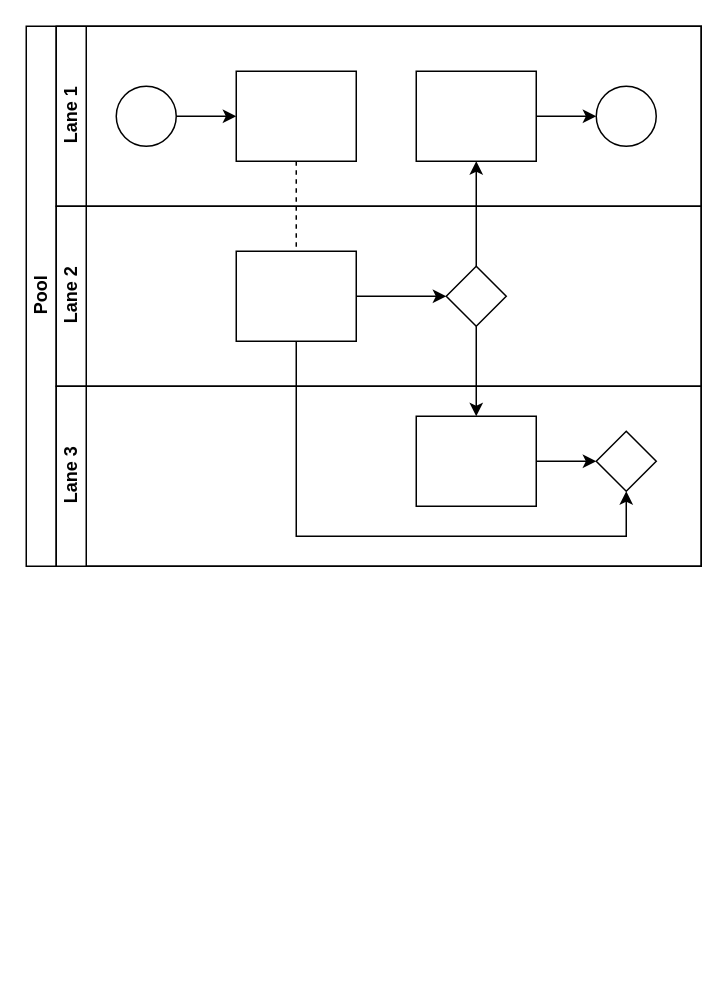
This is Untitled Diagram.drawio from SuunZhu/abc, a draw.io file, before an edit. Source tidied: cells renumbered, new cells numbered last; positions are measured from the earlier drawing's top-left corner, leaving out a move shared by most shapes. Both pictures are drawn from the tidied source at 150%, with x=0, y=0 at pixel (26, 26).
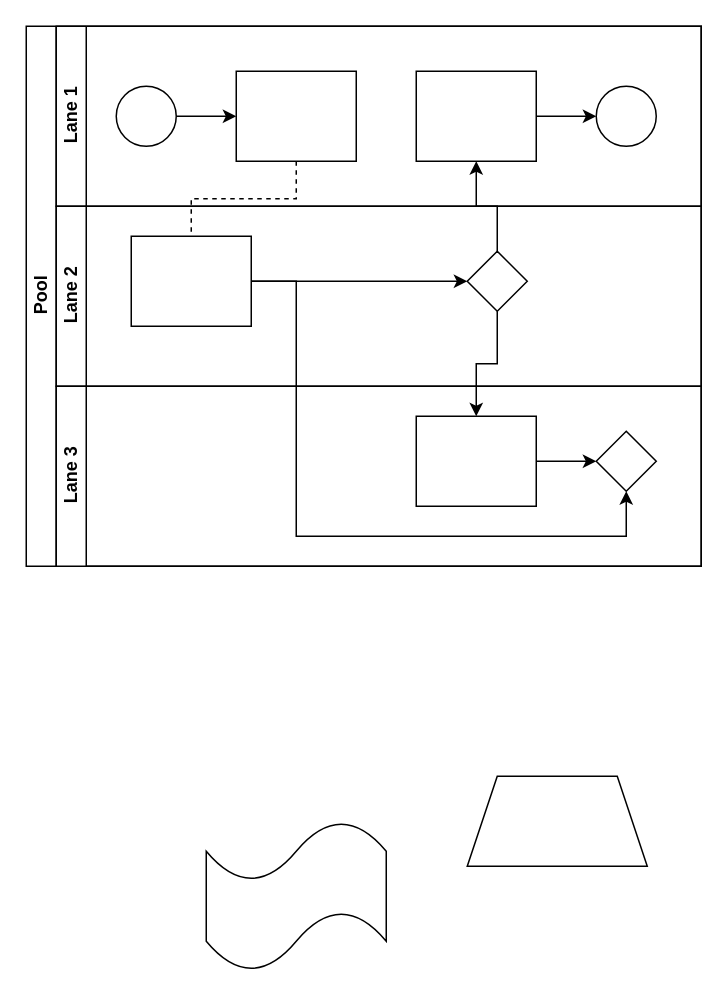
The same page after the edit.

The change refers to these unchanged cells:
```xml
<mxCell id="14" value="Lane 2" style="swimlane;html=1;startSize=20;horizontal=0;" parent="2" vertex="1">
  <mxGeometry x="20" y="120" width="430" height="120" as="geometry" />
</mxCell>
```

What changed in the source:
```diff
@@
     <mxCell id="16" style="rounded=0;whiteSpace=wrap;html=1;fontFamily=Helvetica;fontSize=12;fontColor=#000000;align=center;" parent="14" vertex="1">
-      <mxGeometry x="120" y="30" width="80" height="60" as="geometry" />
+      <mxGeometry x="50" y="20" width="80" height="60" as="geometry" />
     </mxCell>
     <mxCell id="17" style="rhombus;whiteSpace=wrap;html=1;fontFamily=Helvetica;fontSize=12;fontColor=#000000;align=center;" parent="14" vertex="1">
-      <mxGeometry x="260" y="40" width="40" height="40" as="geometry" />
+      <mxGeometry x="274" y="30" width="40" height="40" as="geometry" />
     </mxCell>
@@
+    <mxCell id="22" style="shape=tape;whiteSpace=wrap;html=1;" parent="1" vertex="1">
+      <mxGeometry x="120" y="530" width="120" height="100" as="geometry" />
+    </mxCell>
+    <mxCell id="23" style="shape=trapezoid;perimeter=trapezoidPerimeter;whiteSpace=wrap;html=1;fixedSize=1;" parent="1" vertex="1">
+      <mxGeometry x="294" y="500" width="120" height="60" as="geometry" />
+    </mxCell>
```
